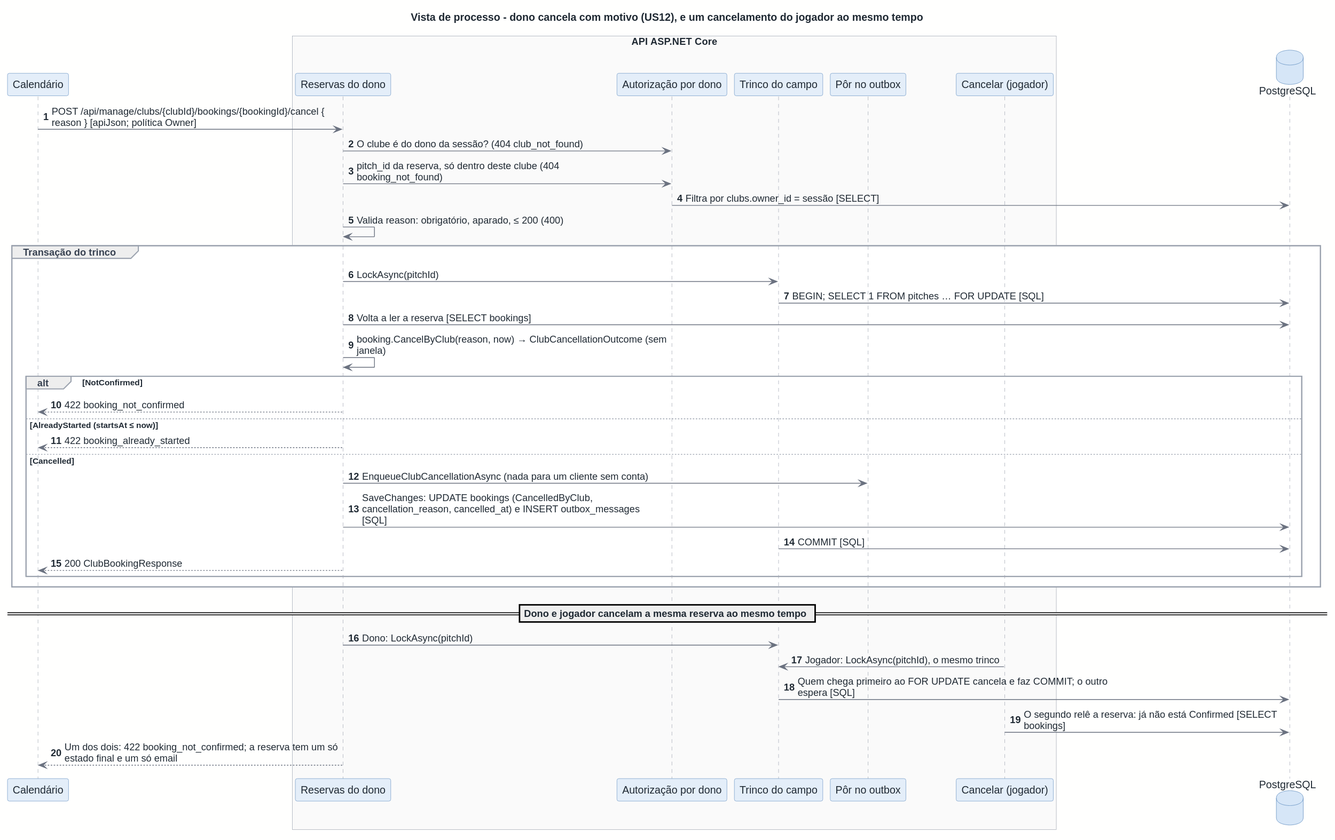
Before: docs/architecture/out/process-cancel-club.svg, a diagram exported from PlantUML (rodrigo4sousa/SportsEstablishments).
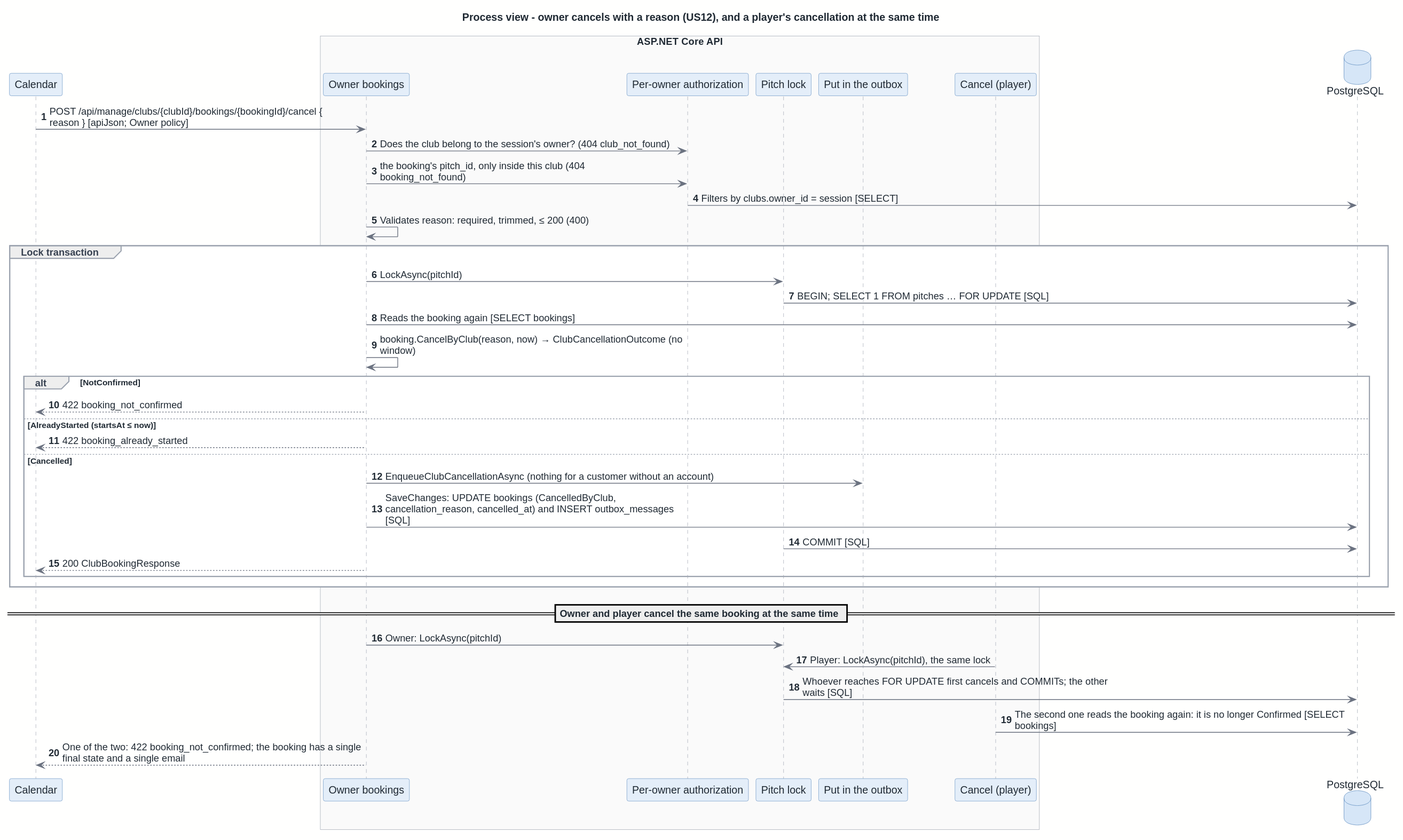
The same diagram one commit later.

Diff of the diagram source:
```diff
@@ -1,46 +1,46 @@
 @startuml
 !include ../style.puml
 
-title Vista de processo - dono cancela com motivo (US12), e um cancelamento do jogador ao mesmo tempo
+title Process view - owner cancels with a reason (US12), and a player's cancellation at the same time
 autonumber
 
-participant "Calendário" as WEB_F_CALENDAR
-box "API ASP.NET Core"
-  participant "Reservas do dono" as API_CLUBBOOK
-  participant "Autorização por dono" as CC_AUTHZ
-  participant "Trinco do campo" as CC_LOCK
-  participant "Pôr no outbox" as API_NOTIF_OUTBOX
-  participant "Cancelar (jogador)" as API_BOOK_MINE
+participant "Calendar" as WEB_F_CALENDAR
+box "ASP.NET Core API"
+  participant "Owner bookings" as API_CLUBBOOK
+  participant "Per-owner authorization" as CC_AUTHZ
+  participant "Pitch lock" as CC_LOCK
+  participant "Put in the outbox" as API_NOTIF_OUTBOX
+  participant "Cancel (player)" as API_BOOK_MINE
 end box
 database "PostgreSQL" as C_DB
 
-WEB_F_CALENDAR -> API_CLUBBOOK : POST /api/manage/clubs/{clubId}/bookings/{bookingId}/cancel {\nreason } [apiJson; política Owner]
-API_CLUBBOOK -> CC_AUTHZ : O clube é do dono da sessão? (404 club_not_found)
-API_CLUBBOOK -> CC_AUTHZ : pitch_id da reserva, só dentro deste clube (404\nbooking_not_found)
-CC_AUTHZ -> C_DB : Filtra por clubs.owner_id = sessão [SELECT]
-API_CLUBBOOK -> API_CLUBBOOK : Valida reason: obrigatório, aparado, ≤ 200 (400)
-group Transação do trinco
+WEB_F_CALENDAR -> API_CLUBBOOK : POST /api/manage/clubs/{clubId}/bookings/{bookingId}/cancel {\nreason } [apiJson; Owner policy]
+API_CLUBBOOK -> CC_AUTHZ : Does the club belong to the session's owner? (404 club_not_found)
+API_CLUBBOOK -> CC_AUTHZ : the booking's pitch_id, only inside this club (404\nbooking_not_found)
+CC_AUTHZ -> C_DB : Filters by clubs.owner_id = session [SELECT]
+API_CLUBBOOK -> API_CLUBBOOK : Validates reason: required, trimmed, ≤ 200 (400)
+group Lock transaction
   API_CLUBBOOK -> CC_LOCK : LockAsync(pitchId)
   CC_LOCK -> C_DB : BEGIN; SELECT 1 FROM pitches … FOR UPDATE [SQL]
-  API_CLUBBOOK -> C_DB : Volta a ler a reserva [SELECT bookings]
-  API_CLUBBOOK -> API_CLUBBOOK : booking.CancelByClub(reason, now) → ClubCancellationOutcome (sem\njanela)
+  API_CLUBBOOK -> C_DB : Reads the booking again [SELECT bookings]
+  API_CLUBBOOK -> API_CLUBBOOK : booking.CancelByClub(reason, now) → ClubCancellationOutcome (no\nwindow)
   alt NotConfirmed
     API_CLUBBOOK --> WEB_F_CALENDAR : 422 booking_not_confirmed
   else AlreadyStarted (startsAt ≤ now)
     API_CLUBBOOK --> WEB_F_CALENDAR : 422 booking_already_started
   else Cancelled
-    API_CLUBBOOK -> API_NOTIF_OUTBOX : EnqueueClubCancellationAsync (nada para um cliente sem conta)
-    API_CLUBBOOK -> C_DB : SaveChanges: UPDATE bookings (CancelledByClub,\ncancellation_reason, cancelled_at) e INSERT outbox_messages\n[SQL]
+    API_CLUBBOOK -> API_NOTIF_OUTBOX : EnqueueClubCancellationAsync (nothing for a customer without an account)
+    API_CLUBBOOK -> C_DB : SaveChanges: UPDATE bookings (CancelledByClub,\ncancellation_reason, cancelled_at) and INSERT outbox_messages\n[SQL]
     CC_LOCK -> C_DB : COMMIT [SQL]
     API_CLUBBOOK --> WEB_F_CALENDAR : 200 ClubBookingResponse
   end
 end
 
-== Dono e jogador cancelam a mesma reserva ao mesmo tempo ==
+== Owner and player cancel the same booking at the same time ==
 
-API_CLUBBOOK -> CC_LOCK : Dono: LockAsync(pitchId)
-API_BOOK_MINE -> CC_LOCK : Jogador: LockAsync(pitchId), o mesmo trinco
-CC_LOCK -> C_DB : Quem chega primeiro ao FOR UPDATE cancela e faz COMMIT; o outro\nespera [SQL]
-API_BOOK_MINE -> C_DB : O segundo relê a reserva: já não está Confirmed [SELECT\nbookings]
-API_CLUBBOOK --> WEB_F_CALENDAR : Um dos dois: 422 booking_not_confirmed; a reserva tem um só\nestado final e um só email
+API_CLUBBOOK -> CC_LOCK : Owner: LockAsync(pitchId)
+API_BOOK_MINE -> CC_LOCK : Player: LockAsync(pitchId), the same lock
+CC_LOCK -> C_DB : Whoever reaches FOR UPDATE first cancels and COMMITs; the other\nwaits [SQL]
+API_BOOK_MINE -> C_DB : The second one reads the booking again: it is no longer Confirmed [SELECT\nbookings]
+API_CLUBBOOK --> WEB_F_CALENDAR : One of the two: 422 booking_not_confirmed; the booking has a single\nfinal state and a single email
 @enduml
```
